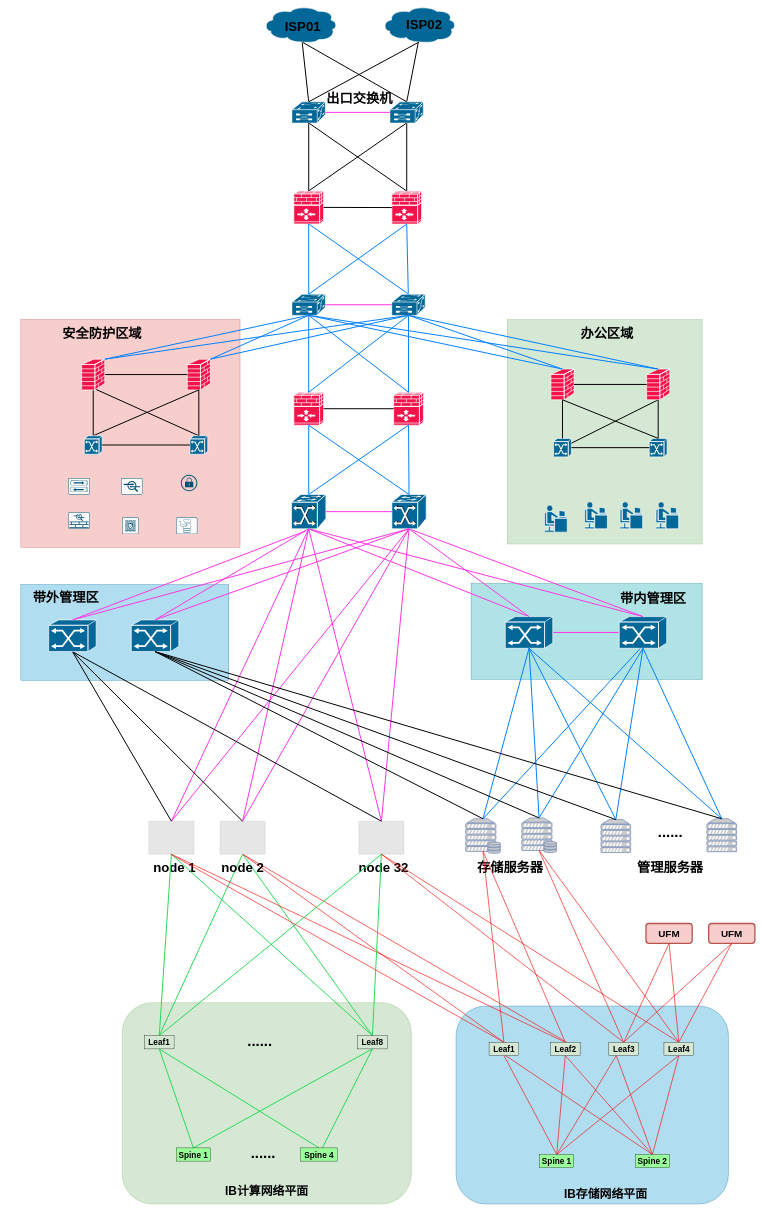
The draw.io diagram 数据中心组网-32nodes-包括IB整体组网 的副本.drawio in hel-2000/network-draw, before the edit. Source tidied: cells renumbered, new cells numbered last; positions are measured from the earlier drawing's top-left corner, leaving out a move shared by most shapes. Both pictures are drawn from the tidied source at 33%, with x=0, y=0 at pixel (6, 6). Pictures stored in the file or linked from it are replaced by grey dashed boxes.
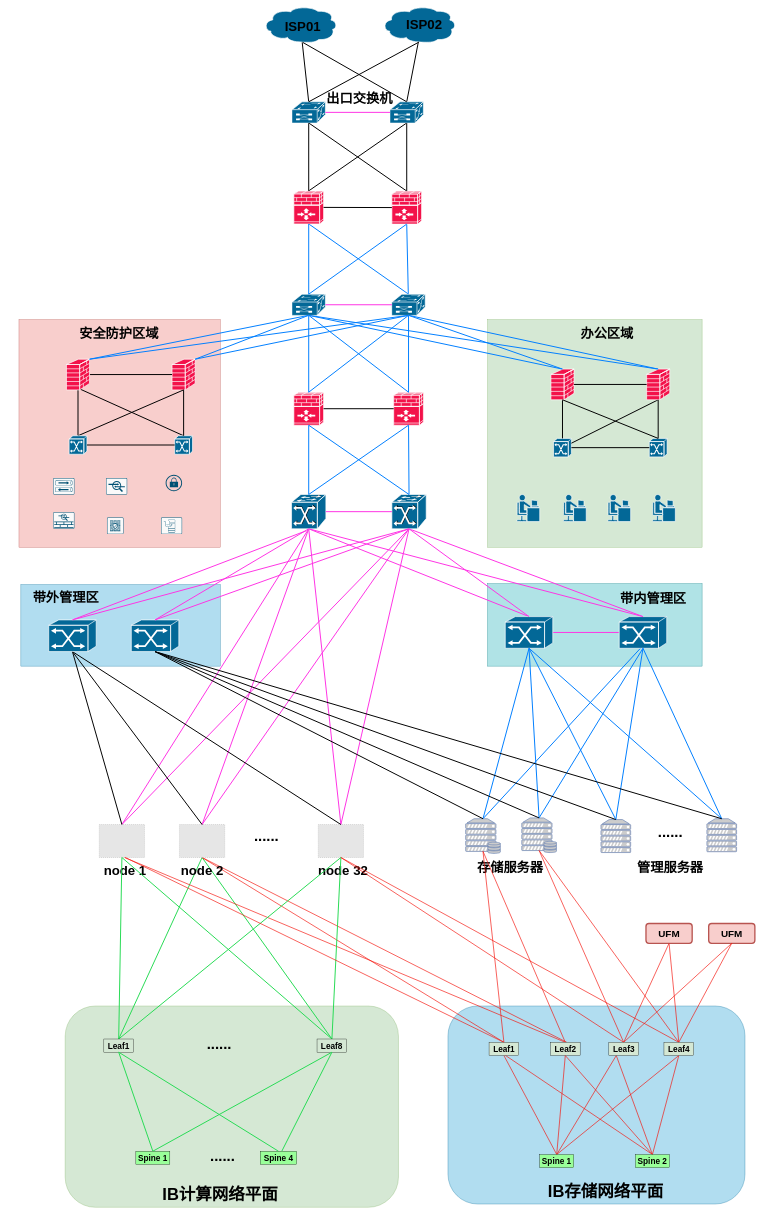
After the change.

Commit message (it also covers changes not shown here):
更新数据中心组网-32nodes-包括IB整体组网 的副本.drawio

Unchanged cells that the change refers to:
```xml
<mxCell id="163" value="&lt;b&gt;&lt;font style=&quot;font-size: 25px;&quot;&gt;Leaf1&lt;/font&gt;&lt;/b&gt;" style="rounded=0;whiteSpace=wrap;html=1;fillColor=#D5E8D4;" parent="1" vertex="1">
  <mxGeometry x="1464.5" y="3140" width="90" height="40" as="geometry" />
</mxCell>
<mxCell id="167" value="&lt;b&gt;&lt;font style=&quot;font-size: 25px;&quot;&gt;Leaf2&lt;/font&gt;&lt;/b&gt;" style="rounded=0;whiteSpace=wrap;html=1;fillColor=#D5E8D4;" parent="1" vertex="1">
  <mxGeometry x="1650.5" y="3140" width="90" height="40" as="geometry" />
</mxCell>
```

Change to the diagram source:
```diff
@@
     <mxCell id="2" style="rounded=1;whiteSpace=wrap;html=1;fillColor=#b1ddf0;strokeColor=#10739e;" parent="1" vertex="1">
-      <mxGeometry x="1364.5" y="3030" width="825.5" height="600" as="geometry" />
+      <mxGeometry x="1340" y="3030" width="900" height="600" as="geometry" />
     </mxCell>
     <mxCell id="3" style="rounded=1;whiteSpace=wrap;html=1;fillColor=#d5e8d4;strokeColor=#82b366;" parent="1" vertex="1">
-      <mxGeometry x="352.8" y="3020" width="876.1" height="610" as="geometry" />
+      <mxGeometry x="180" y="3030" width="1010" height="610" as="geometry" />
     </mxCell>
     <mxCell id="4" style="rounded=0;whiteSpace=wrap;html=1;fillColor=#b0e3e6;strokeColor=#0e8088;" parent="1" vertex="1">
-      <mxGeometry x="1410" y="1750" width="700" height="290" as="geometry" />
+      <mxGeometry x="1460" y="1750" width="650" height="250" as="geometry" />
     </mxCell>
     <mxCell id="5" style="rounded=0;whiteSpace=wrap;html=1;fillColor=#b1ddf0;strokeColor=#10739e;" parent="1" vertex="1">
-      <mxGeometry x="45.8" y="1753" width="630" height="290" as="geometry" />
+      <mxGeometry x="45.8" y="1753" width="604.2" height="247" as="geometry" />
     </mxCell>
     <mxCell id="6" style="rounded=0;whiteSpace=wrap;html=1;fillColor=#d5e8d4;strokeColor=#82b366;" parent="1" vertex="1">
-      <mxGeometry x="1520" y="950" width="590" height="680" as="geometry" />
+      <mxGeometry x="1460" y="950" width="650" height="690" as="geometry" />
     </mxCell>
     <mxCell id="7" style="rounded=0;whiteSpace=wrap;html=1;fillColor=#f8cecc;strokeColor=#b85450;" parent="1" vertex="1">
-      <mxGeometry x="45.8" y="950" width="664" height="690" as="geometry" />
+      <mxGeometry x="40" y="950" width="610" height="690" as="geometry" />
     </mxCell>
@@
     <mxCell id="21" style="shape=mxgraph.cisco.security.firewall;sketch=0;html=1;dashed=0;fillColor=#f3124a;strokeColor=#ffffff;strokeWidth=2;verticalLabelPosition=bottom;verticalAlign=top;align=center;outlineConnect=0;" parent="1" vertex="1">
-      <mxGeometry x="550" y="1070" width="70" height="93" as="geometry" />
+      <mxGeometry x="503.9" y="1070" width="70" height="93" as="geometry" />
     </mxCell>
@@
     <mxCell id="28" style="fillColor=#E6E6E6;strokeColor=#999999;dashed=1;verticalLabelPosition=bottom;verticalAlign=top;" parent="1" vertex="1">
-      <mxGeometry x="649" y="2470" width="137.2" height="100" as="geometry" />
+      <mxGeometry x="526.3" y="2480" width="137.2" height="100" as="geometry" />
     </mxCell>
@@
     <mxCell id="34" style="shape=mxgraph.cisco.people.androgenous_person;sketch=0;html=1;dashed=0;fillColor=#036897;strokeColor=#ffffff;strokeWidth=2;verticalLabelPosition=bottom;verticalAlign=top;align=center;" parent="1" vertex="1">
-      <mxGeometry x="1754" y="1502" width="69" height="82" as="geometry" />
+      <mxGeometry x="1690" y="1480" width="69" height="82" as="geometry" />
     </mxCell>
     <mxCell id="35" style="sketch=0;verticalLabelPosition=bottom;html=1;verticalAlign=top;align=center;shape=mxgraph.cisco19.rect;prIcon=asa_5500;fillColor=#FAFAFA;strokeColor=#005073;" parent="1" vertex="1">
-      <mxGeometry x="190" y="1534" width="64" height="50" as="geometry" />
+      <mxGeometry x="143.9" y="1534" width="64" height="50" as="geometry" />
     </mxCell>
     <mxCell id="36" style="sketch=0;verticalLabelPosition=bottom;html=1;verticalAlign=top;align=center;shape=mxgraph.cisco19.lock;fillColor=#005073;strokeColor=none;" parent="1" vertex="1">
-      <mxGeometry x="530.5" y="1420" width="50" height="50" as="geometry" />
+      <mxGeometry x="484.4" y="1420" width="50" height="50" as="geometry" />
     </mxCell>
     <mxCell id="37" style="sketch=0;verticalLabelPosition=bottom;html=1;verticalAlign=top;align=center;shape=mxgraph.cisco19.rect;prIcon=ips_ids;fillColor=#FAFAFA;strokeColor=#005073;" parent="1" vertex="1">
-      <mxGeometry x="350" y="1430" width="64" height="50" as="geometry" />
+      <mxGeometry x="303.9" y="1430" width="64" height="50" as="geometry" />
     </mxCell>
     <mxCell id="38" style="sketch=0;verticalLabelPosition=bottom;html=1;verticalAlign=top;align=center;shape=mxgraph.cisco19.rect;prIcon=vpn_concentrator;fillColor=#FAFAFA;strokeColor=#005073;" parent="1" vertex="1">
-      <mxGeometry x="190" y="1430" width="64" height="50" as="geometry" />
+      <mxGeometry x="143.9" y="1430" width="64" height="50" as="geometry" />
     </mxCell>
     <mxCell id="39" style="sketch=0;verticalLabelPosition=bottom;html=1;verticalAlign=top;align=center;shape=mxgraph.cisco19.rect;prIcon=cisco_security_manager;fillColor=#FAFAFA;strokeColor=#005073;" parent="1" vertex="1">
-      <mxGeometry x="516.5" y="1550" width="64" height="50" as="geometry" />
+      <mxGeometry x="470.4" y="1550" width="64" height="50" as="geometry" />
     </mxCell>
     <mxCell id="40" style="sketch=0;verticalLabelPosition=bottom;html=1;verticalAlign=top;align=center;shape=mxgraph.cisco19.rect;prIcon=anti_malware2;fillColor=#FAFAFA;strokeColor=#005073;" parent="1" vertex="1">
-      <mxGeometry x="352.8" y="1550" width="50" height="50" as="geometry" />
+      <mxGeometry x="306.7" y="1550" width="50" height="50" as="geometry" />
     </mxCell>
@@
     <mxCell id="45" style="shape=mxgraph.cisco.switches.atm_switch;sketch=0;html=1;dashed=0;fillColor=#036897;strokeColor=#ffffff;strokeWidth=2;verticalLabelPosition=bottom;verticalAlign=top;align=center;outlineConnect=0;" parent="1" vertex="1">
-      <mxGeometry x="238" y="1302" width="54" height="56" as="geometry" />
+      <mxGeometry x="191.9" y="1302" width="54" height="56" as="geometry" />
     </mxCell>
     <mxCell id="46" style="rounded=0;jettySize=auto;html=1;exitX=0.5;exitY=0;exitDx=0;exitDy=0;exitPerimeter=0;endArrow=none;strokeWidth=3;endFill=0;" parent="1" edge="1" source="47">
       <mxGeometry relative="1" as="geometry">
-        <mxPoint x="270" y="1160" as="targetPoint" />
+        <mxPoint x="223.9" y="1160" as="targetPoint" />
       </mxGeometry>
     </mxCell>
     <mxCell id="47" style="shape=mxgraph.cisco.switches.atm_switch;sketch=0;html=1;dashed=0;fillColor=#036897;strokeColor=#ffffff;strokeWidth=2;verticalLabelPosition=bottom;verticalAlign=top;align=center;outlineConnect=0;" parent="1" vertex="1">
-      <mxGeometry x="558" y="1302" width="54" height="56" as="geometry" />
+      <mxGeometry x="511.9" y="1302" width="54" height="56" as="geometry" />
     </mxCell>
     <mxCell id="48" style="fillColor=#E6E6E6;strokeColor=#999999;dashed=1;verticalLabelPosition=bottom;verticalAlign=top;" parent="1" vertex="1">
-      <mxGeometry x="1069.7" y="2470" width="137.2" height="100" as="geometry" />
+      <mxGeometry x="946.9" y="2480" width="137.2" height="100" as="geometry" />
     </mxCell>
@@
     <mxCell id="55" style="shape=mxgraph.cisco.security.firewall;sketch=0;html=1;dashed=0;fillColor=#f3124a;strokeColor=#ffffff;strokeWidth=2;verticalLabelPosition=bottom;verticalAlign=top;align=center;outlineConnect=0;" parent="1" vertex="1">
-      <mxGeometry x="230" y="1070" width="70" height="93" as="geometry" />
+      <mxGeometry x="183.9" y="1070" width="70" height="93" as="geometry" />
     </mxCell>
@@
     <mxCell id="60" style="shape=mxgraph.cisco.people.androgenous_person;sketch=0;html=1;dashed=0;fillColor=#036897;strokeColor=#ffffff;strokeWidth=2;verticalLabelPosition=bottom;verticalAlign=top;align=center;" parent="1" vertex="1">
-      <mxGeometry x="1861" y="1502" width="69" height="82" as="geometry" />
+      <mxGeometry x="1824.6" y="1480" width="69" height="82" as="geometry" />
     </mxCell>
@@
     <mxCell id="95" style="fillColor=#E6E6E6;strokeColor=#999999;dashed=1;verticalLabelPosition=bottom;verticalAlign=top;" parent="1" vertex="1">
-      <mxGeometry x="433.3" y="2470" width="137.2" height="100" as="geometry" />
+      <mxGeometry x="283.3" y="2480" width="137.2" height="100" as="geometry" />
     </mxCell>
     <mxCell id="96" value="&lt;font size=&quot;1&quot; style=&quot;&quot;&gt;&lt;b style=&quot;font-size: 40px;&quot;&gt;node 1&lt;/b&gt;&lt;/font&gt;" style="text;strokeColor=none;align=center;fillColor=none;html=1;verticalAlign=middle;whiteSpace=wrap;rounded=0;" parent="1" vertex="1">
-      <mxGeometry x="430" y="2587.5" width="163.3" height="40" as="geometry" />
+      <mxGeometry x="280" y="2597.5" width="163.3" height="40" as="geometry" />
     </mxCell>
     <mxCell id="97" value="&lt;font size=&quot;1&quot; style=&quot;&quot;&gt;&lt;b style=&quot;font-size: 40px;&quot;&gt;node 2&lt;/b&gt;&lt;/font&gt;" style="text;strokeColor=none;align=center;fillColor=none;html=1;verticalAlign=middle;whiteSpace=wrap;rounded=0;" parent="1" vertex="1">
-      <mxGeometry x="633.9" y="2587.5" width="167.5" height="40" as="geometry" />
+      <mxGeometry x="511.1" y="2597.5" width="167.5" height="40" as="geometry" />
     </mxCell>
     <mxCell id="98" value="&lt;font size=&quot;1&quot; style=&quot;&quot;&gt;&lt;b style=&quot;font-size: 40px;&quot;&gt;node 32&lt;/b&gt;&lt;/font&gt;" style="text;strokeColor=none;align=center;fillColor=none;html=1;verticalAlign=middle;whiteSpace=wrap;rounded=0;" parent="1" vertex="1">
-      <mxGeometry x="1056.9" y="2587.5" width="176.4" height="40" as="geometry" />
+      <mxGeometry x="934.1" y="2597.5" width="176.4" height="40" as="geometry" />
     </mxCell>
@@
     <mxCell id="123" value="&lt;font size=&quot;1&quot; style=&quot;&quot;&gt;&lt;b style=&quot;font-size: 40px;&quot;&gt;安全防护区域&lt;/b&gt;&lt;/font&gt;" style="text;strokeColor=none;align=center;fillColor=none;html=1;verticalAlign=middle;whiteSpace=wrap;rounded=0;" parent="1" vertex="1">
-      <mxGeometry x="110" y="960" width="363.6" height="60" as="geometry" />
+      <mxGeometry x="160.8" y="960" width="363.6" height="60" as="geometry" />
     </mxCell>
@@
     <mxCell id="136" style="shape=mxgraph.cisco.people.androgenous_person;sketch=0;html=1;dashed=0;fillColor=#036897;strokeColor=#ffffff;strokeWidth=2;verticalLabelPosition=bottom;verticalAlign=top;align=center;" parent="1" vertex="1">
-      <mxGeometry x="1970" y="1502" width="69" height="82" as="geometry" />
+      <mxGeometry x="1960" y="1480" width="69" height="82" as="geometry" />
     </mxCell>
     <mxCell id="137" style="shape=mxgraph.cisco.people.androgenous_person;sketch=0;html=1;dashed=0;fillColor=#036897;strokeColor=#ffffff;strokeWidth=2;verticalLabelPosition=bottom;verticalAlign=top;align=center;" parent="1" vertex="1">
-      <mxGeometry x="1632.5" y="1512" width="69" height="82" as="geometry" />
+      <mxGeometry x="1549.1" y="1480" width="69" height="82" as="geometry" />
     </mxCell>
@@
-    <mxCell id="142" style="rounded=0;jettySize=auto;html=1;exitX=0.5;exitY=1;exitDx=0;exitDy=0;endArrow=none;strokeColor=#f5120a;fillColor=#f8cecc;strokeWidth=2;endFill=0;entryX=0.5;entryY=0;entryDx=0;entryDy=0;" parent="1" edge="1" source="95" target="167">
-      <mxGeometry relative="1" as="geometry" />
+    <mxCell id="142" style="rounded=0;jettySize=auto;html=1;endArrow=none;strokeColor=#f5120a;fillColor=#f8cecc;strokeWidth=2;endFill=0;entryX=0.5;entryY=0;entryDx=0;entryDy=0;" parent="1" edge="1" target="167">
+      <mxGeometry relative="1" as="geometry">
+        <mxPoint x="360" y="2580" as="sourcePoint" />
+      </mxGeometry>
     </mxCell>
@@
     <mxCell id="145" value="&lt;b&gt;&lt;font style=&quot;font-size: 25px;&quot;&gt;Leaf1&lt;/font&gt;&lt;/b&gt;" style="rounded=0;whiteSpace=wrap;html=1;fillColor=#D5E8D4;" parent="1" vertex="1">
-      <mxGeometry x="420" y="3120" width="90" height="40" as="geometry" />
+      <mxGeometry x="297.2" y="3130" width="90" height="40" as="geometry" />
     </mxCell>
@@
     <mxCell id="148" value="&lt;b style=&quot;&quot;&gt;&lt;font style=&quot;&quot;&gt;&lt;font style=&quot;font-size: 25px;&quot;&gt;Leaf8&lt;/font&gt;&lt;br&gt;&lt;/font&gt;&lt;/b&gt;" style="rounded=0;whiteSpace=wrap;html=1;fillColor=#D5E8D4;" parent="1" vertex="1">
-      <mxGeometry x="1066" y="3120" width="90.2" height="40" as="geometry" />
+      <mxGeometry x="943.2" y="3130" width="90.2" height="40" as="geometry" />
     </mxCell>
@@
     <mxCell id="151" value="&lt;b&gt;&lt;font style=&quot;font-size: 25px;&quot;&gt;Spine 1&lt;/font&gt;&lt;/b&gt;" style="rounded=0;whiteSpace=wrap;html=1;fillColor=#99FF99;" parent="1" vertex="1">
-      <mxGeometry x="517" y="3460" width="103" height="40" as="geometry" />
+      <mxGeometry x="394.2" y="3470" width="103" height="40" as="geometry" />
     </mxCell>
@@
     <mxCell id="154" value="&lt;b&gt;&lt;font style=&quot;font-size: 25px;&quot;&gt;Spine 4&lt;/font&gt;&lt;/b&gt;" style="rounded=0;whiteSpace=wrap;html=1;fillColor=#99FF99;" parent="1" vertex="1">
-      <mxGeometry x="893.7" y="3460" width="110.8" height="40" as="geometry" />
+      <mxGeometry x="770.9" y="3470" width="110.8" height="40" as="geometry" />
     </mxCell>
-    <mxCell id="155" value="&lt;b style=&quot;&quot;&gt;&lt;font style=&quot;font-size: 36px;&quot;&gt;IB计算网络平面&lt;/font&gt;&lt;/b&gt;" style="text;strokeColor=none;align=center;fillColor=none;html=1;verticalAlign=middle;whiteSpace=wrap;rounded=0;" parent="1" vertex="1">
-      <mxGeometry x="590.8" y="3560" width="400.1" height="60" as="geometry" />
+    <mxCell id="155" value="&lt;b style=&quot;&quot;&gt;&lt;font style=&quot;font-size: 50px;&quot;&gt;IB计算网络平面&lt;/font&gt;&lt;/b&gt;" style="text;strokeColor=none;align=center;fillColor=none;html=1;verticalAlign=middle;whiteSpace=wrap;rounded=0;" parent="1" vertex="1">
+      <mxGeometry x="449.9" y="3570" width="400.1" height="60" as="geometry" />
     </mxCell>
     <mxCell id="156" style="edgeStyle=none;rounded=0;orthogonalLoop=1;jettySize=auto;html=1;exitX=0.5;exitY=1;exitDx=0;exitDy=0;" parent="1" edge="1">
       <mxGeometry relative="1" as="geometry">
-        <mxPoint x="802.7" y="3480" as="sourcePoint" />
-        <mxPoint x="802.7" y="3480" as="targetPoint" />
+        <mxPoint x="679.9" y="3490" as="sourcePoint" />
+        <mxPoint x="679.9" y="3490" as="targetPoint" />
       </mxGeometry>
     </mxCell>
@@
     <mxCell id="159" value="&lt;font size=&quot;1&quot; style=&quot;&quot;&gt;&lt;b style=&quot;font-size: 45px;&quot;&gt;...&lt;/b&gt;&lt;/font&gt;&lt;b style=&quot;border-color: var(--border-color); font-size: 45px;&quot;&gt;...&lt;/b&gt;" style="text;strokeColor=none;align=center;fillColor=none;html=1;verticalAlign=middle;whiteSpace=wrap;rounded=0;" parent="1" vertex="1">
-      <mxGeometry x="709.8" y="3120" width="120" height="30" as="geometry" />
+      <mxGeometry x="587" y="3130" width="120" height="30" as="geometry" />
     </mxCell>
     <mxCell id="160" value="&lt;font size=&quot;1&quot; style=&quot;&quot;&gt;&lt;b style=&quot;font-size: 45px;&quot;&gt;...&lt;/b&gt;&lt;/font&gt;&lt;b style=&quot;border-color: var(--border-color); font-size: 45px;&quot;&gt;...&lt;/b&gt;" style="text;strokeColor=none;align=center;fillColor=none;html=1;verticalAlign=middle;whiteSpace=wrap;rounded=0;" parent="1" vertex="1">
-      <mxGeometry x="720" y="3460" width="120" height="30" as="geometry" />
+      <mxGeometry x="597.2" y="3470" width="120" height="30" as="geometry" />
     </mxCell>
     <mxCell id="161" style="rounded=0;jettySize=auto;html=1;exitX=0.5;exitY=0;exitDx=0;exitDy=0;endArrow=none;strokeColor=#f5120a;fillColor=#f8cecc;strokeWidth=2;endFill=0;" parent="1" edge="1" source="163">
       <mxGeometry relative="1" as="geometry">
-        <mxPoint x="500" y="2570" as="targetPoint" />
+        <mxPoint x="362" y="2580" as="targetPoint" />
       </mxGeometry>
     </mxCell>
@@
-    <mxCell id="185" value="&lt;b style=&quot;&quot;&gt;&lt;font style=&quot;font-size: 36px;&quot;&gt;IB存储网络平面&lt;/font&gt;&lt;/b&gt;" style="text;strokeColor=none;align=center;fillColor=none;html=1;verticalAlign=middle;whiteSpace=wrap;rounded=0;" parent="1" vertex="1">
-      <mxGeometry x="1618.1" y="3570" width="400.1" height="60" as="geometry" />
+    <mxCell id="185" value="&lt;b style=&quot;&quot;&gt;&lt;font style=&quot;font-size: 50px;&quot;&gt;IB存储网络平面&lt;/font&gt;&lt;/b&gt;" style="text;strokeColor=none;align=center;fillColor=none;html=1;verticalAlign=middle;whiteSpace=wrap;rounded=0;" parent="1" vertex="1">
+      <mxGeometry x="1618.1" y="3560" width="400.1" height="60" as="geometry" />
     </mxCell>
@@
+    <mxCell id="187" value="&lt;font size=&quot;1&quot; style=&quot;&quot;&gt;&lt;b style=&quot;font-size: 45px;&quot;&gt;...&lt;/b&gt;&lt;/font&gt;&lt;b style=&quot;border-color: var(--border-color); font-size: 45px;&quot;&gt;...&lt;/b&gt;" style="text;strokeColor=none;align=center;fillColor=none;html=1;verticalAlign=middle;whiteSpace=wrap;rounded=0;" parent="1" vertex="1">
+      <mxGeometry x="730" y="2500" width="120" height="30" as="geometry" />
+    </mxCell>
```
